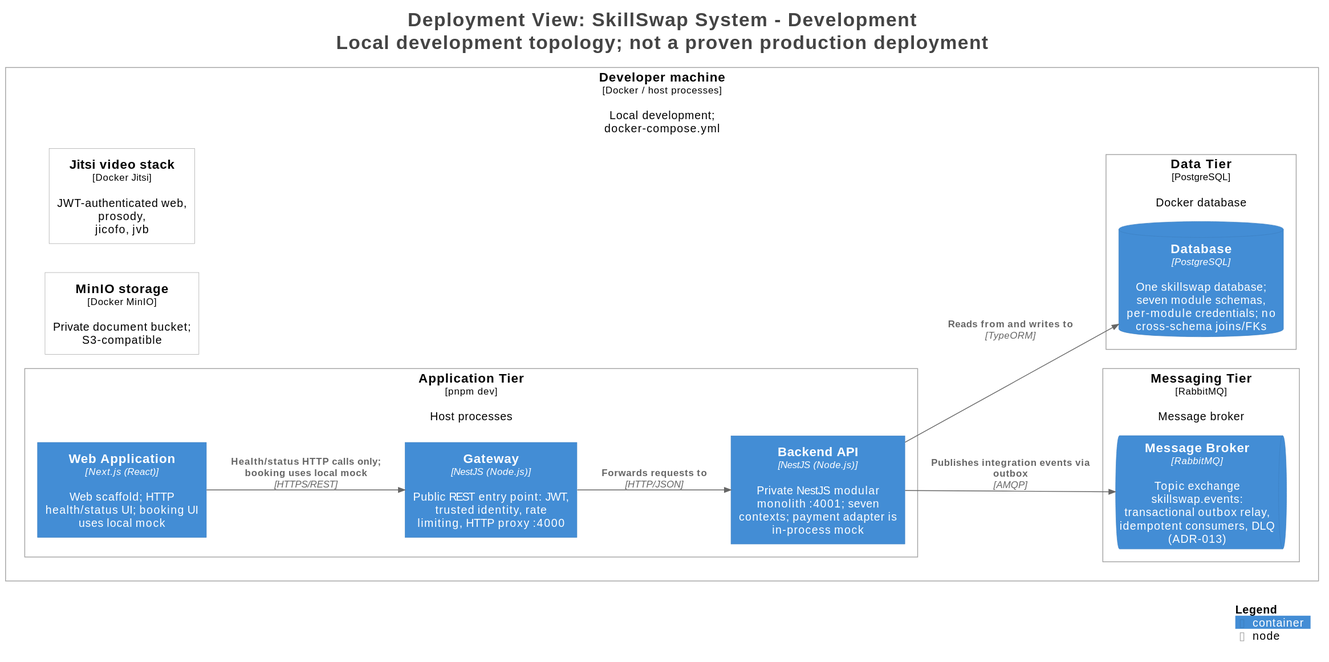
This is docs/diagrams/c4/generated/structurizr-Deployment.svg from trankien022/SkillSwap, a PlantUML export, as it was before one commit. Its diagram source:
```plantuml
@startuml
title <size:24>Deployment View: SkillSwap System - Development</size>\n<size:24>Local development topology; not a proven production deployment</size>

set separator none
left to right direction

<style>
  root {
    BackgroundColor: #ffffff
    FontColor: #444444
  }
</style>

!include <C4/C4>
!include <C4/C4_Context>
!include <C4/C4_Container>
!include <C4/C4_Deployment>

Deployment_Node(Development.Developermachine, "Developer machine", $type="Docker / host processes", $descr="Local development; docker-compose.yml", $tags="", $link="") {
  Deployment_Node(Development.Developermachine.ApplicationTier, "Application Tier", $type="pnpm dev", $descr="Host processes", $tags="", $link="") {
    Container(Development.Developermachine.ApplicationTier.WebApplication_1, "Web Application", $techn="Next.js (React)", $descr="Web scaffold; HTTP health/status UI; booking UI uses local mock", $tags="", $link="")
    Container(Development.Developermachine.ApplicationTier.Gateway_1, "Gateway", $techn="NestJS (Node.js)", $descr="Public REST entry point: JWT, trusted identity, rate limiting, HTTP proxy :4000", $tags="", $link="")
    Container(Development.Developermachine.ApplicationTier.BackendAPI_1, "Backend API", $techn="NestJS (Node.js)", $descr="Private NestJS modular monolith :4001; seven contexts; payment adapter is in-process mock", $tags="", $link="")
  }

  Deployment_Node(Development.Developermachine.MessagingTier, "Messaging Tier", $type="RabbitMQ", $descr="Message broker", $tags="", $link="") {
    ContainerQueue(Development.Developermachine.MessagingTier.MessageBroker_1, "Message Broker", $techn="RabbitMQ", $descr="Topic exchange skillswap.events: transactional outbox relay, idempotent consumers, DLQ (ADR-013)", $tags="", $link="")
  }

  Deployment_Node(Development.Developermachine.MinIOstorage, "MinIO storage", $type="Docker MinIO", $descr="Private document bucket; S3-compatible", $tags="", $link="")
  Deployment_Node(Development.Developermachine.Jitsivideostack, "Jitsi video stack", $type="Docker Jitsi", $descr="JWT-authenticated web, prosody, jicofo, jvb", $tags="", $link="")
  Deployment_Node(Development.Developermachine.DataTier, "Data Tier", $type="PostgreSQL", $descr="Docker database", $tags="", $link="") {
    ContainerDb(Development.Developermachine.DataTier.Database_1, "Database", $techn="PostgreSQL", $descr="One skillswap database; seven module schemas, per-module credentials; no cross-schema joins/FKs", $tags="", $link="")
  }

}

Rel(Development.Developermachine.ApplicationTier.WebApplication_1, Development.Developermachine.ApplicationTier.Gateway_1, "Health/status HTTP calls only; booking uses local mock", $techn="HTTPS/REST", $tags="", $link="")
Rel(Development.Developermachine.ApplicationTier.Gateway_1, Development.Developermachine.ApplicationTier.BackendAPI_1, "Forwards requests to", $techn="HTTP/JSON", $tags="", $link="")
Rel(Development.Developermachine.ApplicationTier.BackendAPI_1, Development.Developermachine.MessagingTier.MessageBroker_1, "Publishes integration events via outbox", $techn="AMQP", $tags="", $link="")
Rel(Development.Developermachine.ApplicationTier.BackendAPI_1, Development.Developermachine.DataTier.Database_1, "Reads from and writes to", $techn="TypeORM", $tags="", $link="")

SHOW_LEGEND(true)
hide stereotypes
@enduml
```
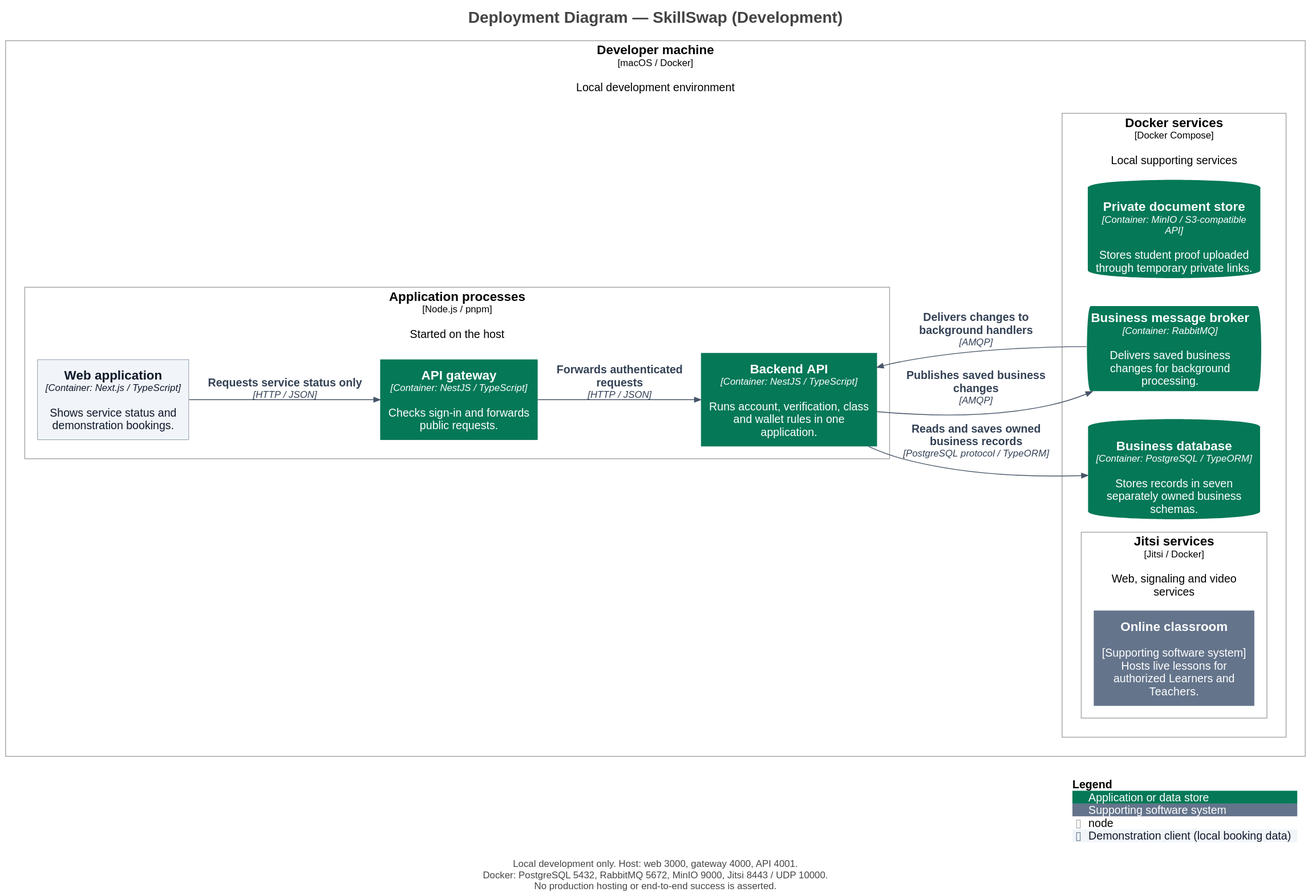
The same diagram one commit later.

The edit, as a diff of the source:
```diff
@@ -1,5 +1,5 @@
 @startuml
-title <size:24>Deployment View: SkillSwap System - Development</size>\n<size:24>Local development topology; not a proven production deployment</size>
+title Deployment Diagram — SkillSwap (Development)
 
 set separator none
 left to right direction
@@ -16,30 +16,45 @@
 !include <C4/C4_Container>
 !include <C4/C4_Deployment>
 
-Deployment_Node(Development.Developermachine, "Developer machine", $type="Docker / host processes", $descr="Local development; docker-compose.yml", $tags="", $link="") {
-  Deployment_Node(Development.Developermachine.ApplicationTier, "Application Tier", $type="pnpm dev", $descr="Host processes", $tags="", $link="") {
-    Container(Development.Developermachine.ApplicationTier.WebApplication_1, "Web Application", $techn="Next.js (React)", $descr="Web scaffold; HTTP health/status UI; booking UI uses local mock", $tags="", $link="")
-    Container(Development.Developermachine.ApplicationTier.Gateway_1, "Gateway", $techn="NestJS (Node.js)", $descr="Public REST entry point: JWT, trusted identity, rate limiting, HTTP proxy :4000", $tags="", $link="")
-    Container(Development.Developermachine.ApplicationTier.BackendAPI_1, "Backend API", $techn="NestJS (Node.js)", $descr="Private NestJS modular monolith :4001; seven contexts; payment adapter is in-process mock", $tags="", $link="")
+skinparam defaultFontName Arial
+skinparam defaultFontSize 14
+skinparam shadowing false
+skinparam nodesep 35
+skinparam ranksep 45
+skinparam footerFontSize 12
+skinparam titleFontSize 20
+UpdateElementStyle("person", $bgColor="#0F172A", $fontColor="#FFFFFF", $borderColor="#0F172A", $legendText="Person")
+UpdateElementStyle("system", $bgColor="#047857", $fontColor="#FFFFFF", $borderColor="#047857", $legendText="Software system in scope")
+UpdateElementStyle("external_system", $bgColor="#64748B", $fontColor="#FFFFFF", $borderColor="#64748B", $legendText="Supporting software system")
+UpdateElementStyle("container", $bgColor="#047857", $fontColor="#FFFFFF", $borderColor="#047857", $legendText="Application or data store")
+UpdateRelStyle($lineColor="#475569", $textColor="#334155")
+AddElementTag("Demo", $bgColor="#F1F5F9", $fontColor="#0F172A", $borderColor="#64748B", $legendText="Demonstration client (local booking data)")
+
+Deployment_Node(Development.Developermachine, "Developer machine", $type="macOS / Docker", $descr="Local development environment", $tags="", $link="") {
+  Deployment_Node(Development.Developermachine.Applicationprocesses, "Application processes", $type="Node.js / pnpm", $descr="Started on the host", $tags="", $link="") {
+    Container(Development.Developermachine.Applicationprocesses.Webapplication_1, "Web application", $techn="Container: Next.js / TypeScript", $descr="Shows service status and demonstration bookings.", $tags="Demo", $link="")
+    Container(Development.Developermachine.Applicationprocesses.APIgateway_1, "API gateway", $techn="Container: NestJS / TypeScript", $descr="Checks sign-in and forwards public requests.", $tags="", $link="")
+    Container(Development.Developermachine.Applicationprocesses.BackendAPI_1, "Backend API", $techn="Container: NestJS / TypeScript", $descr="Runs account, verification, class and wallet rules in one application.", $tags="", $link="")
   }
 
-  Deployment_Node(Development.Developermachine.MessagingTier, "Messaging Tier", $type="RabbitMQ", $descr="Message broker", $tags="", $link="") {
-    ContainerQueue(Development.Developermachine.MessagingTier.MessageBroker_1, "Message Broker", $techn="RabbitMQ", $descr="Topic exchange skillswap.events: transactional outbox relay, idempotent consumers, DLQ (ADR-013)", $tags="", $link="")
-  }
+  Deployment_Node(Development.Developermachine.Dockerservices, "Docker services", $type="Docker Compose", $descr="Local supporting services", $tags="", $link="") {
+    ContainerDb(Development.Developermachine.Dockerservices.Businessdatabase_1, "Business database", $techn="Container: PostgreSQL / TypeORM", $descr="Stores records in seven separately owned business schemas.", $tags="", $link="")
+    ContainerQueue(Development.Developermachine.Dockerservices.Businessmessagebroker_1, "Business message broker", $techn="Container: RabbitMQ", $descr="Delivers saved business changes for background processing.", $tags="", $link="")
+    ContainerDb(Development.Developermachine.Dockerservices.Privatedocumentstore_1, "Private document store", $techn="Container: MinIO / S3-compatible API", $descr="Stores student proof uploaded through temporary private links.", $tags="", $link="")
+    Deployment_Node(Development.Developermachine.Dockerservices.Jitsiservices, "Jitsi services", $type="Jitsi / Docker", $descr="Web, signaling and video services", $tags="", $link="") {
+      System_Ext(Development.Developermachine.Dockerservices.Jitsiservices.Onlineclassroom_1, "Online classroom", $descr="[Supporting software system]\nHosts live lessons for authorized Learners and Teachers.", $tags="", $link="")
+    }
 
-  Deployment_Node(Development.Developermachine.MinIOstorage, "MinIO storage", $type="Docker MinIO", $descr="Private document bucket; S3-compatible", $tags="", $link="")
-  Deployment_Node(Development.Developermachine.Jitsivideostack, "Jitsi video stack", $type="Docker Jitsi", $descr="JWT-authenticated web, prosody, jicofo, jvb", $tags="", $link="")
-  Deployment_Node(Development.Developermachine.DataTier, "Data Tier", $type="PostgreSQL", $descr="Docker database", $tags="", $link="") {
-    ContainerDb(Development.Developermachine.DataTier.Database_1, "Database", $techn="PostgreSQL", $descr="One skillswap database; seven module schemas, per-module credentials; no cross-schema joins/FKs", $tags="", $link="")
   }
 
 }
 
-Rel(Development.Developermachine.ApplicationTier.WebApplication_1, Development.Developermachine.ApplicationTier.Gateway_1, "Health/status HTTP calls only; booking uses local mock", $techn="HTTPS/REST", $tags="", $link="")
-Rel(Development.Developermachine.ApplicationTier.Gateway_1, Development.Developermachine.ApplicationTier.BackendAPI_1, "Forwards requests to", $techn="HTTP/JSON", $tags="", $link="")
-Rel(Development.Developermachine.ApplicationTier.BackendAPI_1, Development.Developermachine.MessagingTier.MessageBroker_1, "Publishes integration events via outbox", $techn="AMQP", $tags="", $link="")
-Rel(Development.Developermachine.ApplicationTier.BackendAPI_1, Development.Developermachine.DataTier.Database_1, "Reads from and writes to", $techn="TypeORM", $tags="", $link="")
+Rel(Development.Developermachine.Applicationprocesses.Webapplication_1, Development.Developermachine.Applicationprocesses.APIgateway_1, "Requests service status only", $techn="HTTP / JSON", $tags="", $link="")
+Rel(Development.Developermachine.Applicationprocesses.APIgateway_1, Development.Developermachine.Applicationprocesses.BackendAPI_1, "Forwards authenticated requests", $techn="HTTP / JSON", $tags="", $link="")
+Rel(Development.Developermachine.Applicationprocesses.BackendAPI_1, Development.Developermachine.Dockerservices.Businessdatabase_1, "Reads and saves owned business records", $techn="PostgreSQL protocol / TypeORM", $tags="", $link="")
+Rel(Development.Developermachine.Dockerservices.Businessmessagebroker_1, Development.Developermachine.Applicationprocesses.BackendAPI_1, "Delivers changes to background handlers", $techn="AMQP", $tags="", $link="")
+Rel(Development.Developermachine.Applicationprocesses.BackendAPI_1, Development.Developermachine.Dockerservices.Businessmessagebroker_1, "Publishes saved business changes", $techn="AMQP", $tags="", $link="")
 
-SHOW_LEGEND(true)
-hide stereotypes
+SHOW_LEGEND()
+footer Local development only. Host: web 3000, gateway 4000, API 4001.\nDocker: PostgreSQL 5432, RabbitMQ 5672, MinIO 9000, Jitsi 8443 / UDP 10000.\nNo production hosting or end-to-end success is asserted.
 @enduml
```
